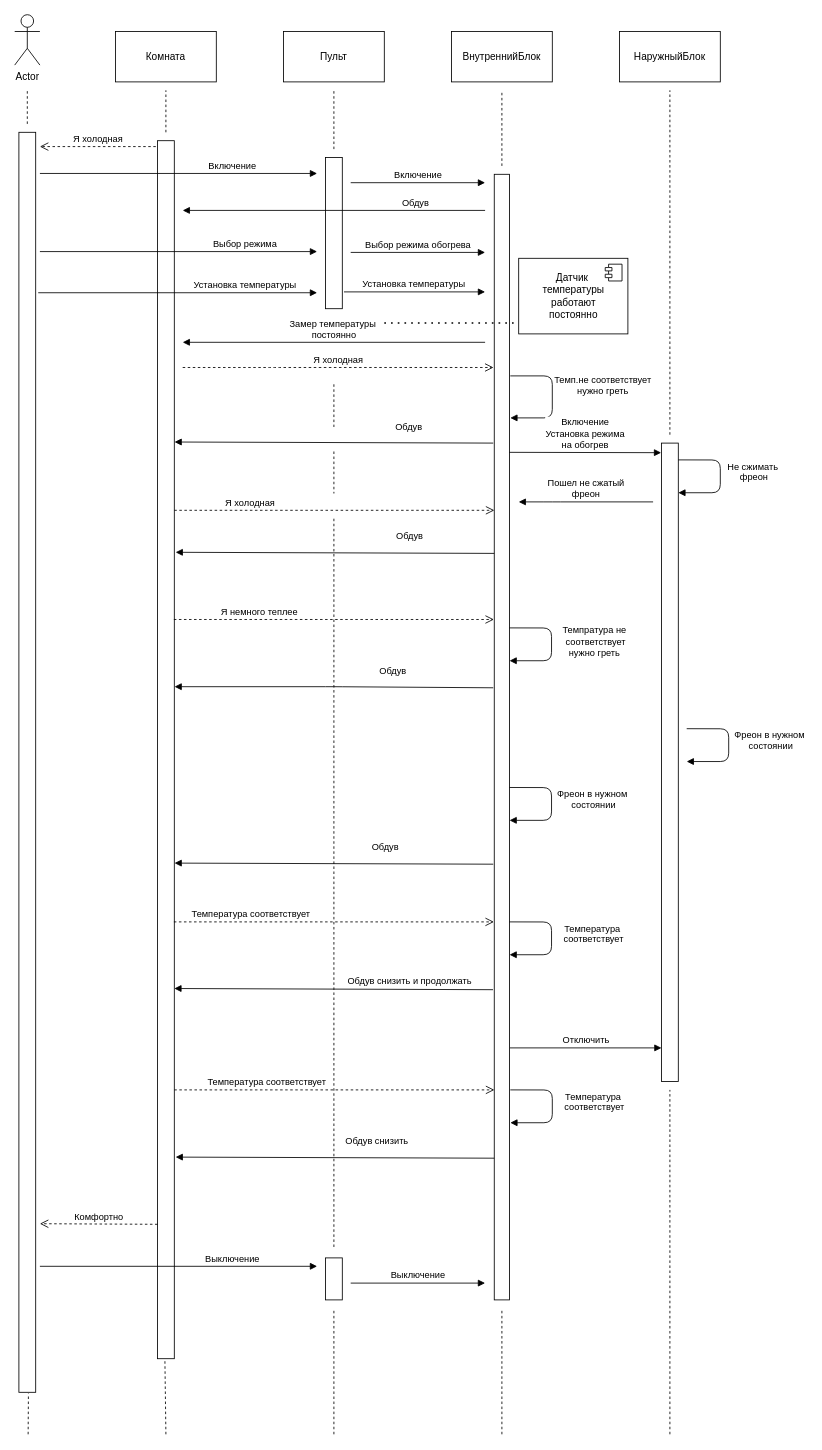
Earlier version of the draw.io diagram UMLconditioner.drawio (NikolajGrom/Nik). Source tidied: cells renumbered, new cells numbered last; positions are measured from the earlier drawing's top-left corner, leaving out a move shared by most shapes. Both pictures are drawn from the tidied source at 84%, with x=0, y=0 at pixel (14, 14).
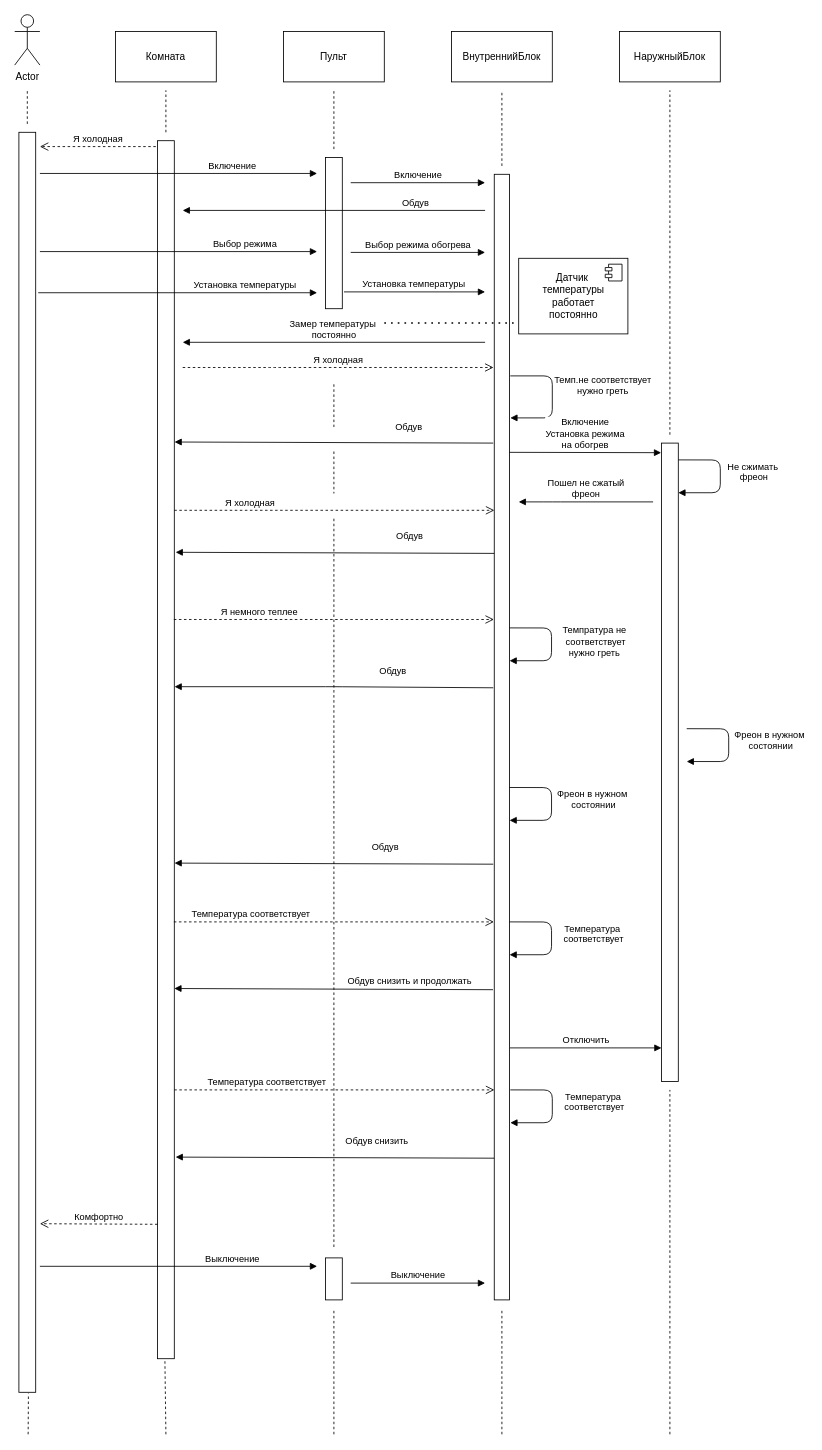
After the change.

Change to the diagram source:
```diff
@@
-    <mxCell id="59" value="Датчик&amp;nbsp;&lt;br&gt;температуры&lt;br&gt;работают&lt;br&gt;постоянно" style="html=1;" parent="1" vertex="1">
+    <mxCell id="59" value="Датчик&amp;nbsp;&lt;br&gt;температуры&lt;br&gt;работает&lt;br&gt;постоянно" style="html=1;" parent="1" vertex="1">
       <mxGeometry x="600" y="290" width="130" height="90" as="geometry" />
     </mxCell>
```
